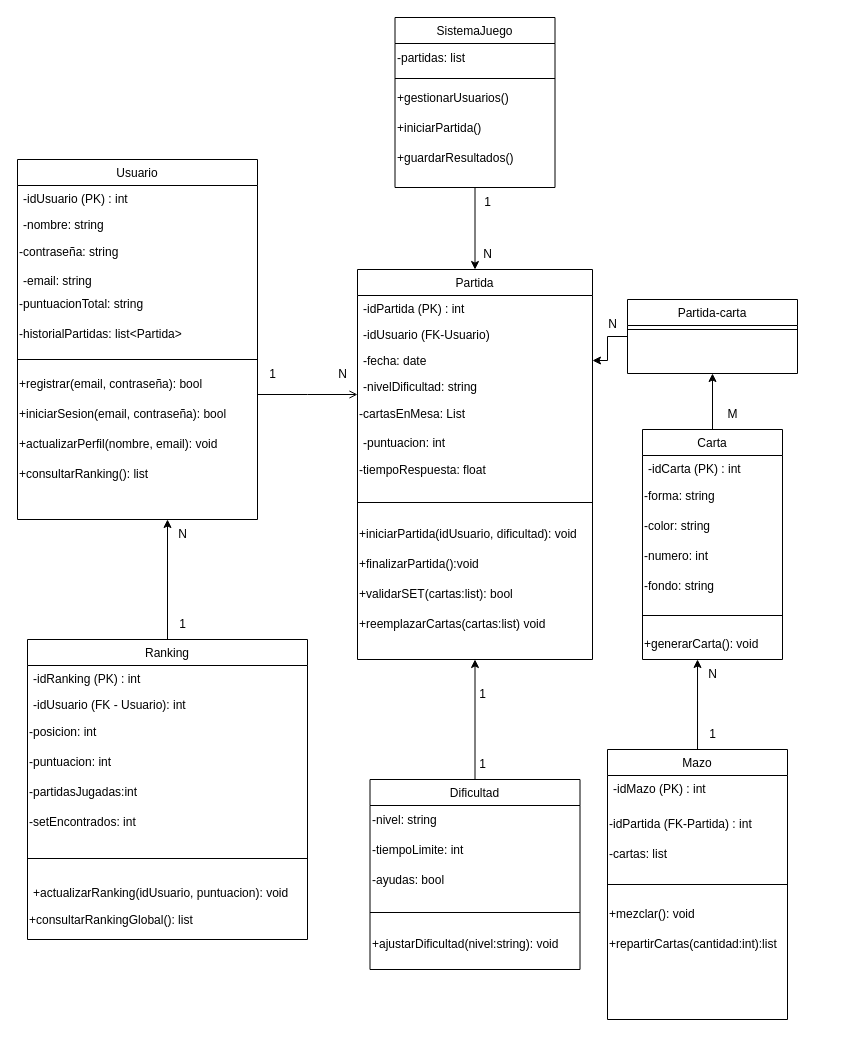
Earlier version of the draw.io diagram Diagrama Clases Proyecto.drawio (shertas/ProyectoDAW). Source tidied: cells renumbered, new cells numbered last; positions are measured from the earlier drawing's top-left corner, leaving out a move shared by most shapes. Both pictures are drawn from the tidied source at 100%, with x=0, y=0 at pixel (17, 17).
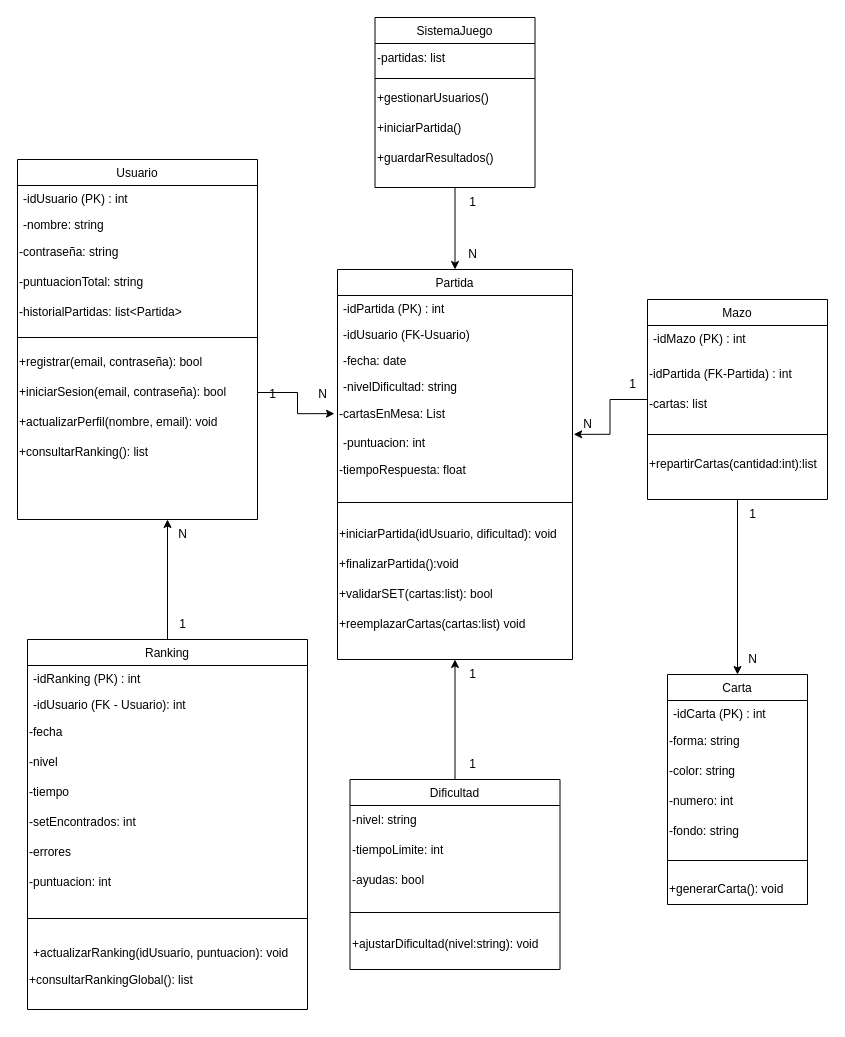
After the change.

The change refers to these unchanged cells:
```xml
<mxCell id="2" value="Usuario" style="swimlane;fontStyle=0;align=center;verticalAlign=top;horizontal=1;startSize=26;rounded=0;shadow=0;strokeWidth=1;" parent="1" vertex="1">
  <mxGeometry y="142" width="240" height="360" as="geometry" />
</mxCell>
<mxCell id="33" value="+generarCarta(): void" style="text;html=1;align=left;verticalAlign=middle;points=[];strokeColor=none;fillColor=none;" parent="26" vertex="1">
  <mxGeometry y="200" width="140" height="30" as="geometry" />
</mxCell>
<mxCell id="37" value="-fecha: date" style="text;align=left;verticalAlign=top;spacingLeft=4;spacingRight=4;overflow=hidden;points=[[0,0.5],[1,0.5]];portConstraint=eastwest;rounded=0;shadow=0;html=0;" parent="34" vertex="1">
  <mxGeometry y="78" width="235" height="26" as="geometry" />
</mxCell>
<mxCell id="39" value="-cartasEnMesa: List" style="text;html=1;align=left;verticalAlign=middle;points=[];strokeColor=none;fillColor=none;" parent="34" vertex="1">
  <mxGeometry y="130" width="235" height="30" as="geometry" />
</mxCell>
<mxCell id="40" value="-puntuacion: int" style="text;align=left;verticalAlign=top;spacingLeft=4;spacingRight=4;overflow=hidden;points=[[0,0.5],[1,0.5]];portConstraint=eastwest;rounded=0;shadow=0;html=0;" parent="34" vertex="1">
  <mxGeometry y="160" width="235" height="26" as="geometry" />
</mxCell>
```

The edit, as a diff of the source:
```diff
@@
-    <mxCell id="6" value="-email: string" style="text;align=left;verticalAlign=top;spacingLeft=4;spacingRight=4;overflow=hidden;rounded=0;shadow=0;html=0;" parent="2" vertex="1">
-      <mxGeometry y="108" width="240" height="22" as="geometry" />
-    </mxCell>
     <mxCell id="7" value="-puntuacionTotal: string" style="text;html=1;align=left;verticalAlign=middle;strokeColor=none;fillColor=none;" parent="2" vertex="1">
-      <mxGeometry y="130" width="240" height="30" as="geometry" />
+      <mxGeometry y="108" width="240" height="30" as="geometry" />
     </mxCell>
     <mxCell id="8" value="-historialPartidas: list&amp;lt;Partida&amp;gt;" style="text;html=1;align=left;verticalAlign=middle;strokeColor=none;fillColor=none;" parent="2" vertex="1">
-      <mxGeometry y="160" width="240" height="30" as="geometry" />
+      <mxGeometry y="138" width="240" height="30" as="geometry" />
     </mxCell>
     <mxCell id="9" style="line;html=1;strokeWidth=1;align=left;verticalAlign=middle;spacingTop=-1;spacingLeft=3;spacingRight=3;labelPosition=right;" parent="2" vertex="1">
-      <mxGeometry y="190" width="240" height="20" as="geometry" />
+      <mxGeometry y="168" width="240" height="20" as="geometry" />
     </mxCell>
     <mxCell id="10" value="+registrar(email, contraseña): bool" style="text;html=1;align=left;verticalAlign=middle;strokeColor=none;fillColor=none;" parent="2" vertex="1">
-      <mxGeometry y="210" width="240" height="30" as="geometry" />
+      <mxGeometry y="188" width="240" height="30" as="geometry" />
     </mxCell>
     <mxCell id="11" value="+iniciarSesion(email, contraseña): bool" style="text;html=1;align=left;verticalAlign=middle;points=[];strokeColor=none;fillColor=none;" parent="2" vertex="1">
-      <mxGeometry y="240" width="240" height="30" as="geometry" />
+      <mxGeometry y="218" width="240" height="30" as="geometry" />
     </mxCell>
     <mxCell id="12" value="+actualizarPerfil(nombre, email): void" style="text;html=1;align=left;verticalAlign=middle;strokeColor=none;fillColor=none;" parent="2" vertex="1">
-      <mxGeometry y="270" width="240" height="30" as="geometry" />
+      <mxGeometry y="248" width="240" height="30" as="geometry" />
     </mxCell>
     <mxCell id="13" value="+consultarRanking(): list" style="text;html=1;align=left;verticalAlign=middle;strokeColor=none;fillColor=none;" parent="2" vertex="1">
-      <mxGeometry y="300" width="240" height="30" as="geometry" />
+      <mxGeometry y="278" width="240" height="30" as="geometry" />
     </mxCell>
@@
     <mxCell id="15" value="Ranking" style="swimlane;fontStyle=0;align=center;verticalAlign=top;horizontal=1;startSize=26;rounded=0;shadow=0;strokeWidth=1;" parent="1" vertex="1">
-      <mxGeometry x="10" y="622" width="280" height="300" as="geometry" />
+      <mxGeometry x="10" y="622" width="280" height="370" as="geometry" />
     </mxCell>
@@
+    <mxCell id="85" value="-fecha" style="text;html=1;align=left;verticalAlign=middle;strokeColor=none;fillColor=none;" parent="15" vertex="1">
+      <mxGeometry y="78" width="280" height="30" as="geometry" />
+    </mxCell>
+    <mxCell id="86" value="-nivel" style="text;html=1;align=left;verticalAlign=middle;strokeColor=none;fillColor=none;" parent="15" vertex="1">
+      <mxGeometry y="108" width="280" height="30" as="geometry" />
+    </mxCell>
-    <mxCell id="18" value="-posicion: int" style="text;html=1;align=left;verticalAlign=middle;strokeColor=none;fillColor=none;" parent="15" vertex="1">
-      <mxGeometry y="78" width="280" height="30" as="geometry" />
+    <mxCell id="18" value="-tiempo" style="text;html=1;align=left;verticalAlign=middle;strokeColor=none;fillColor=none;" parent="15" vertex="1">
+      <mxGeometry y="138" width="280" height="30" as="geometry" />
     </mxCell>
+    <mxCell id="21" value="-setEncontrados: int" style="text;html=1;align=left;verticalAlign=middle;strokeColor=none;fillColor=none;" parent="15" vertex="1">
+      <mxGeometry y="168" width="280" height="30" as="geometry" />
+    </mxCell>
+    <mxCell id="20" value="-errores" style="text;html=1;align=left;verticalAlign=middle;strokeColor=none;fillColor=none;" parent="15" vertex="1">
+      <mxGeometry y="198" width="280" height="30" as="geometry" />
+    </mxCell>
     <mxCell id="19" value="-puntuacion: int" style="text;html=1;align=left;verticalAlign=middle;strokeColor=none;fillColor=none;" parent="15" vertex="1">
-      <mxGeometry y="108" width="280" height="30" as="geometry" />
+      <mxGeometry y="228" width="280" height="30" as="geometry" />
     </mxCell>
-    <mxCell id="20" value="-partidasJugadas:int" style="text;html=1;align=left;verticalAlign=middle;strokeColor=none;fillColor=none;" parent="15" vertex="1">
-      <mxGeometry y="138" width="280" height="30" as="geometry" />
-    </mxCell>
-    <mxCell id="21" value="-setEncontrados: int" style="text;html=1;align=left;verticalAlign=middle;strokeColor=none;fillColor=none;" parent="15" vertex="1">
-      <mxGeometry y="168" width="280" height="30" as="geometry" />
-    </mxCell>
     <mxCell id="22" style="line;html=1;strokeWidth=1;align=left;verticalAlign=middle;spacingTop=-1;spacingLeft=3;spacingRight=3;labelPosition=right;" parent="15" vertex="1">
-      <mxGeometry y="198" width="280" height="42" as="geometry" />
+      <mxGeometry y="258" width="280" height="42" as="geometry" />
     </mxCell>
     <mxCell id="23" value="+actualizarRanking(idUsuario, puntuacion): void" style="text;align=left;verticalAlign=top;spacingLeft=4;spacingRight=4;overflow=hidden;" parent="15" vertex="1">
-      <mxGeometry y="240" width="280" height="26" as="geometry" />
+      <mxGeometry y="300" width="280" height="26" as="geometry" />
     </mxCell>
     <mxCell id="24" value="+consultarRankingGlobal(): list" style="text;html=1;align=left;verticalAlign=middle;strokeColor=none;fillColor=none;" parent="15" vertex="1">
-      <mxGeometry y="266" width="280" height="30" as="geometry" />
+      <mxGeometry y="326" width="280" height="30" as="geometry" />
     </mxCell>
-    <mxCell id="25" style="edgeStyle=orthogonalEdgeStyle;rounded=0;jettySize=auto;html=1;entryX=0.5;entryY=1;entryDx=0;entryDy=0;" parent="1" edge="1" source="26" target="58">
-      <mxGeometry relative="1" as="geometry" />
-    </mxCell>
     <mxCell id="26" value="Carta" style="swimlane;fontStyle=0;align=center;verticalAlign=top;horizontal=1;startSize=26;rounded=0;shadow=0;strokeWidth=1;" parent="1" vertex="1">
-      <mxGeometry x="625" y="412" width="140" height="230" as="geometry" />
+      <mxGeometry x="650" y="657" width="140" height="230" as="geometry" />
     </mxCell>
@@
     <mxCell id="34" value="Partida" style="swimlane;fontStyle=0;align=center;verticalAlign=top;horizontal=1;startSize=26;rounded=0;shadow=0;strokeWidth=1;" parent="1" vertex="1">
-      <mxGeometry x="340" y="252" width="235" height="390" as="geometry" />
+      <mxGeometry x="320" y="252" width="235" height="390" as="geometry" />
     </mxCell>
@@
-    <mxCell id="47" style="endArrow=open;shadow=0;strokeWidth=1;rounded=0;endFill=1;edgeStyle=elbowEdgeStyle;elbow=vertical;" parent="1" edge="1" source="2" target="34">
-      <mxGeometry x="0.5" y="41" relative="1" as="geometry">
-        <mxPoint x="-40" y="32" as="offset" />
-      </mxGeometry>
-    </mxCell>
     <mxCell id="48" value="1" style="text;html=1;align=center;verticalAlign=middle;strokeColor=none;fillColor=none;" parent="1" vertex="1">
-      <mxGeometry x="240" y="342" width="30" height="30" as="geometry" />
+      <mxGeometry x="240" y="362" width="30" height="30" as="geometry" />
     </mxCell>
     <mxCell id="49" value="N" style="text;html=1;align=center;verticalAlign=middle;strokeColor=none;fillColor=none;" parent="1" vertex="1">
-      <mxGeometry x="310" y="342" width="30" height="30" as="geometry" />
+      <mxGeometry x="290" y="362" width="30" height="30" as="geometry" />
     </mxCell>
+    <mxCell id="87" style="edgeStyle=orthogonalEdgeStyle;rounded=0;jettySize=auto;html=1;entryX=0.5;entryY=0;entryDx=0;entryDy=0;" parent="1" edge="1" source="50" target="26">
+      <mxGeometry relative="1" as="geometry" />
+    </mxCell>
     <mxCell id="50" value="Mazo" style="swimlane;fontStyle=0;align=center;verticalAlign=top;horizontal=1;startSize=26;rounded=0;shadow=0;strokeWidth=1;" parent="1" vertex="1">
-      <mxGeometry x="590" y="732" width="180" height="270" as="geometry" />
+      <mxGeometry x="630" y="282" width="180" height="200" as="geometry" />
     </mxCell>
@@
-    <mxCell id="55" value="+mezclar(): void" style="text;html=1;align=left;verticalAlign=middle;strokeColor=none;fillColor=none;" parent="50" vertex="1">
-      <mxGeometry y="150" width="180" height="30" as="geometry" />
-    </mxCell>
     <mxCell id="56" value="+repartirCartas(cantidad:int):list" style="text;html=1;align=left;verticalAlign=middle;strokeColor=none;fillColor=none;" parent="50" vertex="1">
-      <mxGeometry y="180" width="180" height="30" as="geometry" />
+      <mxGeometry y="150" width="180" height="30" as="geometry" />
     </mxCell>
-    <mxCell id="57" style="edgeStyle=orthogonalEdgeStyle;rounded=0;jettySize=auto;html=1;" parent="1" edge="1" source="58" target="37">
-      <mxGeometry relative="1" as="geometry" />
-    </mxCell>
-    <mxCell id="58" value="Partida-carta" style="swimlane;fontStyle=0;align=center;verticalAlign=top;horizontal=1;startSize=26;rounded=0;shadow=0;strokeWidth=1;" parent="1" vertex="1">
-      <mxGeometry x="610" y="282" width="170" height="74" as="geometry" />
-    </mxCell>
-    <mxCell id="59" style="line;html=1;strokeWidth=1;align=left;verticalAlign=middle;spacingTop=-1;spacingLeft=3;spacingRight=3;labelPosition=right;" parent="58" vertex="1">
-      <mxGeometry y="26" width="170" height="8" as="geometry" />
-    </mxCell>
-    <mxCell id="60" value="M" style="text;html=1;align=center;verticalAlign=middle;strokeColor=none;fillColor=none;" parent="1" vertex="1">
-      <mxGeometry x="700" y="382" width="30" height="30" as="geometry" />
-    </mxCell>
-    <mxCell id="61" value="N" style="text;html=1;align=center;verticalAlign=middle;strokeColor=none;fillColor=none;" parent="1" vertex="1">
-      <mxGeometry x="680" y="642" width="30" height="30" as="geometry" />
-    </mxCell>
-    <mxCell id="62" value="1" style="text;html=1;align=center;verticalAlign=middle;strokeColor=none;fillColor=none;" parent="1" vertex="1">
-      <mxGeometry x="680" y="702" width="30" height="30" as="geometry" />
-    </mxCell>
@@
     <mxCell id="64" value="SistemaJuego" style="swimlane;fontStyle=0;align=center;verticalAlign=top;horizontal=1;startSize=26;rounded=0;shadow=0;strokeWidth=1;" parent="1" vertex="1">
-      <mxGeometry x="377.5" width="160" height="170" as="geometry" />
+      <mxGeometry x="357.5" width="160" height="170" as="geometry" />
     </mxCell>
@@
     <mxCell id="71" value="Dificultad" style="swimlane;fontStyle=0;align=center;verticalAlign=top;horizontal=1;startSize=26;rounded=0;shadow=0;strokeWidth=1;" parent="1" vertex="1">
-      <mxGeometry x="352.5" y="762" width="210" height="190" as="geometry" />
+      <mxGeometry x="332.5" y="762" width="210" height="190" as="geometry" />
     </mxCell>
@@
-    <mxCell id="77" value="N" style="text;html=1;align=center;verticalAlign=middle;strokeColor=none;fillColor=none;" parent="1" vertex="1">
-      <mxGeometry x="580" y="292" width="30" height="30" as="geometry" />
-    </mxCell>
-    <mxCell id="78" style="edgeStyle=orthogonalEdgeStyle;rounded=0;jettySize=auto;html=1;entryX=0.393;entryY=1;entryDx=0;entryDy=0;entryPerimeter=0;" parent="1" edge="1" source="50" target="33">
-      <mxGeometry relative="1" as="geometry" />
-    </mxCell>
     <mxCell id="79" value="1" style="text;html=1;align=center;verticalAlign=middle;strokeColor=none;fillColor=none;" parent="1" vertex="1">
-      <mxGeometry x="450" y="732" width="30" height="30" as="geometry" />
+      <mxGeometry x="440" y="732" width="30" height="30" as="geometry" />
     </mxCell>
     <mxCell id="80" value="1" style="text;html=1;align=center;verticalAlign=middle;strokeColor=none;fillColor=none;" parent="1" vertex="1">
-      <mxGeometry x="450" y="662" width="30" height="30" as="geometry" />
+      <mxGeometry x="440" y="642" width="30" height="30" as="geometry" />
     </mxCell>
@@
     <mxCell id="83" value="1" style="text;html=1;align=center;verticalAlign=middle;strokeColor=none;fillColor=none;" parent="1" vertex="1">
-      <mxGeometry x="455" y="170" width="30" height="30" as="geometry" />
+      <mxGeometry x="440" y="170" width="30" height="30" as="geometry" />
     </mxCell>
     <mxCell id="84" value="N" style="text;html=1;align=center;verticalAlign=middle;strokeColor=none;fillColor=none;" parent="1" vertex="1">
-      <mxGeometry x="455" y="222" width="30" height="30" as="geometry" />
+      <mxGeometry x="440" y="222" width="30" height="30" as="geometry" />
     </mxCell>
+    <mxCell id="88" style="edgeStyle=orthogonalEdgeStyle;rounded=0;jettySize=auto;html=1;entryX=1.005;entryY=0.186;entryDx=0;entryDy=0;entryPerimeter=0;" parent="1" edge="1" source="50" target="40">
+      <mxGeometry relative="1" as="geometry" />
+    </mxCell>
+    <mxCell id="89" style="edgeStyle=orthogonalEdgeStyle;rounded=0;jettySize=auto;html=1;entryX=-0.013;entryY=0.472;entryDx=0;entryDy=0;entryPerimeter=0;" parent="1" edge="1" source="11" target="39">
+      <mxGeometry relative="1" as="geometry" />
+    </mxCell>
+    <mxCell id="90" value="1" style="text;html=1;align=center;verticalAlign=middle;strokeColor=none;fillColor=none;" parent="1" vertex="1">
+      <mxGeometry x="600" y="352" width="30" height="30" as="geometry" />
+    </mxCell>
+    <mxCell id="91" value="N" style="text;html=1;align=center;verticalAlign=middle;strokeColor=none;fillColor=none;" parent="1" vertex="1">
+      <mxGeometry x="555" y="392" width="30" height="30" as="geometry" />
+    </mxCell>
+    <mxCell id="92" value="N" style="text;html=1;align=center;verticalAlign=middle;strokeColor=none;fillColor=none;" parent="1" vertex="1">
+      <mxGeometry x="720" y="627" width="30" height="30" as="geometry" />
+    </mxCell>
+    <mxCell id="93" value="1" style="text;html=1;align=center;verticalAlign=middle;strokeColor=none;fillColor=none;" parent="1" vertex="1">
+      <mxGeometry x="720" y="482" width="30" height="30" as="geometry" />
+    </mxCell>
```
